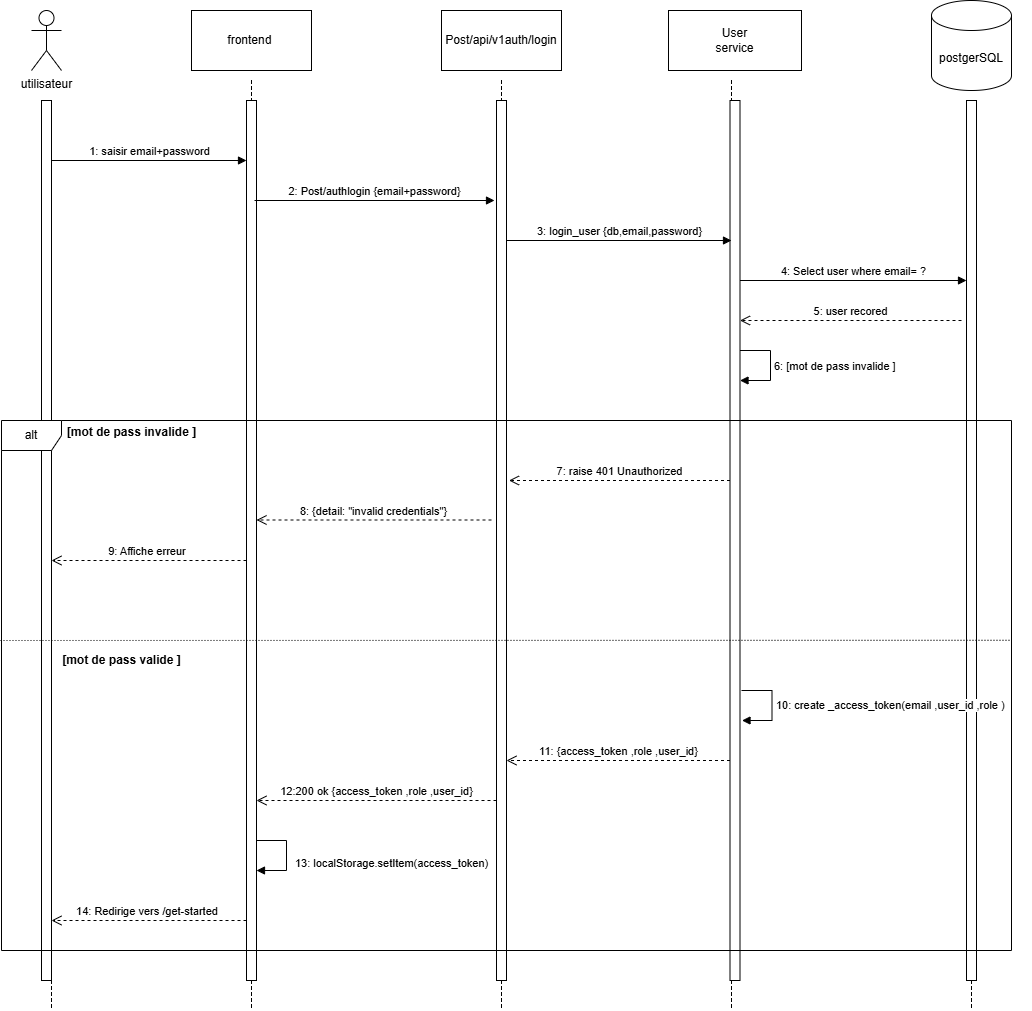
imenmallouli/deploy keeps this draw.io diagram as image/Diagramme de séquence auth.drawio.png. Above is the earlier version. Source tidied: cells renumbered, new cells last; positions are measured from the earlier drawing's top-left corner, leaving out a move shared by most shapes.
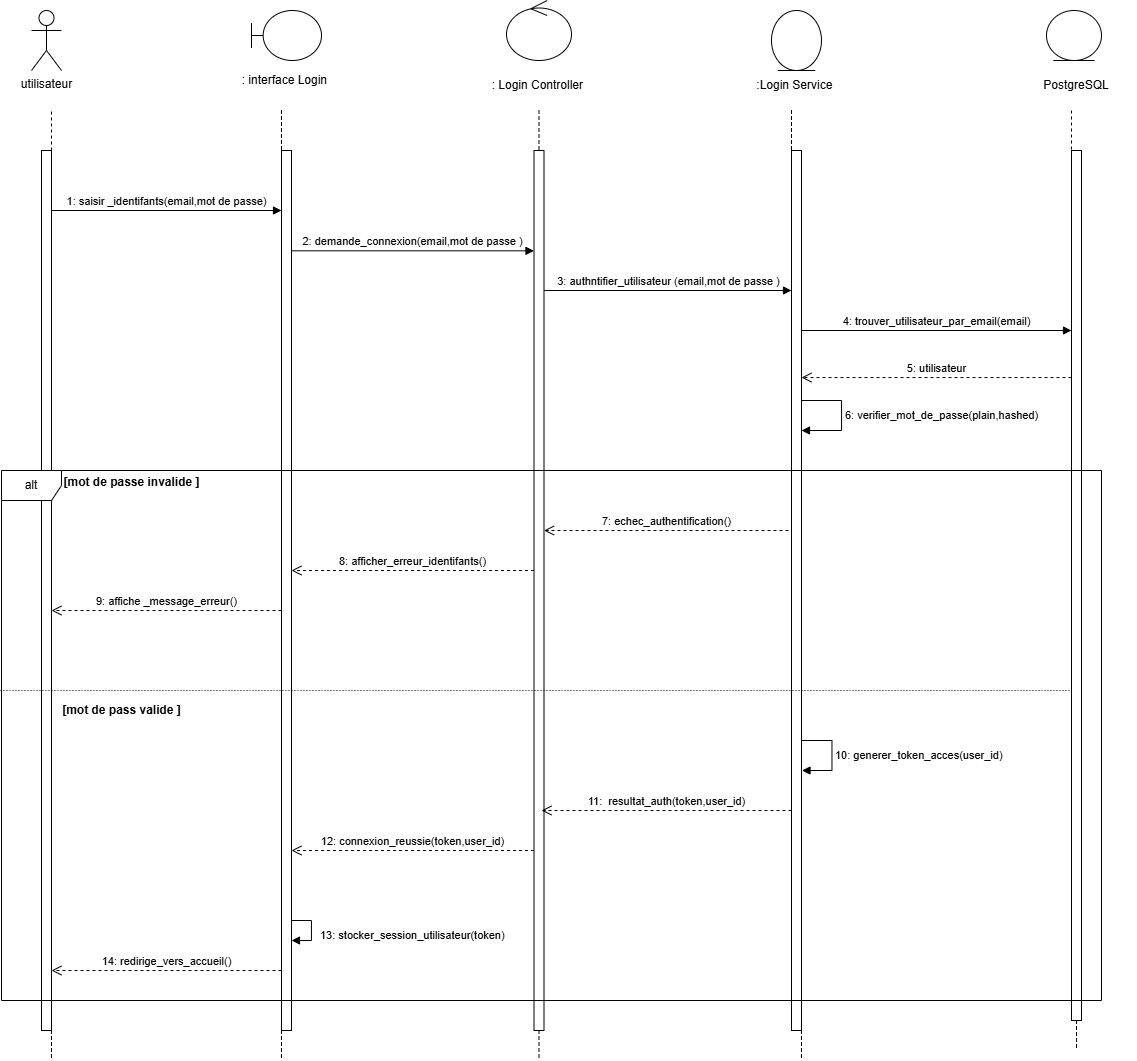
Later version of the same file.

The edit, as a diff of the source:
```diff
@@ -3,125 +3,107 @@
     <mxCell id="0" />
     <mxCell id="1" parent="0" />
     <mxCell id="2" value="utilisateur" style="shape=umlActor;verticalLabelPosition=bottom;verticalAlign=top;html=1;" parent="1" vertex="1">
-      <mxGeometry x="31" y="10" width="30" height="60" as="geometry" />
+      <mxGeometry x="31" y="-40" width="30" height="60" as="geometry" />
     </mxCell>
-    <mxCell id="3" value="frontend&amp;nbsp;" style="rounded=0;whiteSpace=wrap;html=1;" parent="1" vertex="1">
-      <mxGeometry x="191" y="10" width="120" height="60" as="geometry" />
-    </mxCell>
-    <mxCell id="4" value="Post/api/v1auth/login" style="rounded=0;whiteSpace=wrap;html=1;" parent="1" vertex="1">
-      <mxGeometry x="441" y="10" width="120" height="60" as="geometry" />
-    </mxCell>
-    <mxCell id="5" value="User&lt;div&gt;service&lt;/div&gt;" style="rounded=0;whiteSpace=wrap;html=1;" parent="1" vertex="1">
-      <mxGeometry x="668" y="10" width="133" height="60" as="geometry" />
-    </mxCell>
-    <mxCell id="6" value="postgerSQL" style="shape=cylinder3;whiteSpace=wrap;html=1;boundedLbl=1;backgroundOutline=1;size=15;" parent="1" vertex="1">
-      <mxGeometry x="931" width="80" height="90" as="geometry" />
-    </mxCell>
     <mxCell id="7" style="html=1;points=[[0,0,0,0,5],[0,1,0,0,-5],[1,0,0,0,5],[1,1,0,0,-5]];perimeter=orthogonalPerimeter;outlineConnect=0;targetShapes=umlLifeline;portConstraint=eastwest;newEdgeStyle={&quot;curved&quot;:0,&quot;rounded&quot;:0};" parent="1" vertex="1">
       <mxGeometry x="41" y="100" width="10" height="880" as="geometry" />
     </mxCell>
     <mxCell id="8" style="html=1;points=[[0,0,0,0,5],[0,1,0,0,-5],[1,0,0,0,5],[1,1,0,0,-5]];perimeter=orthogonalPerimeter;outlineConnect=0;targetShapes=umlLifeline;portConstraint=eastwest;newEdgeStyle={&quot;curved&quot;:0,&quot;rounded&quot;:0};" parent="1" vertex="1">
-      <mxGeometry x="246" y="100" width="10" height="880" as="geometry" />
+      <mxGeometry x="281" y="100" width="10" height="880" as="geometry" />
     </mxCell>
     <mxCell id="9" style="html=1;points=[[0,0,0,0,5],[0,1,0,0,-5],[1,0,0,0,5],[1,1,0,0,-5]];perimeter=orthogonalPerimeter;outlineConnect=0;targetShapes=umlLifeline;portConstraint=eastwest;newEdgeStyle={&quot;curved&quot;:0,&quot;rounded&quot;:0};" parent="1" vertex="1">
-      <mxGeometry x="496" y="100" width="10" height="880" as="geometry" />
+      <mxGeometry x="533.5" y="100" width="10" height="880" as="geometry" />
     </mxCell>
     <mxCell id="10" style="html=1;points=[[0,0,0,0,5],[0,1,0,0,-5],[1,0,0,0,5],[1,1,0,0,-5]];perimeter=orthogonalPerimeter;outlineConnect=0;targetShapes=umlLifeline;portConstraint=eastwest;newEdgeStyle={&quot;curved&quot;:0,&quot;rounded&quot;:0};" parent="1" vertex="1">
-      <mxGeometry x="729.5" y="100" width="10" height="880" as="geometry" />
+      <mxGeometry x="791" y="100" width="10" height="880" as="geometry" />
     </mxCell>
-    <mxCell id="11" value="1: saisir email+password" style="html=1;verticalAlign=bottom;endArrow=block;curved=0;rounded=0;" parent="1" edge="1" target="8">
+    <mxCell id="11" value="1: saisir _identifants(email,mot de passe)" style="html=1;verticalAlign=bottom;endArrow=block;curved=0;rounded=0;" parent="1" edge="1" target="8">
       <mxGeometry relative="1" as="geometry">
         <mxPoint x="51" y="160" as="sourcePoint" />
       </mxGeometry>
     </mxCell>
-    <mxCell id="12" value="2: Post/authlogin {email+password}" style="html=1;verticalAlign=bottom;endArrow=block;curved=0;rounded=0;" parent="1" edge="1">
-      <mxGeometry relative="1" as="geometry">
-        <mxPoint x="254" y="200" as="sourcePoint" />
-        <mxPoint x="494" y="200" as="targetPoint" />
-      </mxGeometry>
+    <mxCell id="12" value="2: demande_connexion(email,mot de passe )" style="html=1;verticalAlign=bottom;endArrow=block;curved=0;rounded=0;entryX=0;entryY=0.114;entryDx=0;entryDy=0;entryPerimeter=0;" parent="1" edge="1" source="8" target="9">
+      <mxGeometry relative="1" as="geometry" />
     </mxCell>
-    <mxCell id="13" value="3: login_user {db,email,password}" style="html=1;verticalAlign=bottom;endArrow=block;curved=0;rounded=0;" parent="1" edge="1">
+    <mxCell id="13" value="3: authntifier_utilisateur (email,mot de passe )" style="html=1;verticalAlign=bottom;endArrow=block;curved=0;rounded=0;" parent="1" edge="1" target="10">
       <mxGeometry relative="1" as="geometry">
-        <mxPoint x="506" y="240" as="sourcePoint" />
-        <mxPoint x="731" y="240" as="targetPoint" />
+        <mxPoint x="543.5" y="240" as="sourcePoint" />
       </mxGeometry>
     </mxCell>
-    <mxCell id="14" value="4: Select user where email= ?" style="html=1;verticalAlign=bottom;endArrow=block;curved=0;rounded=0;" parent="1" edge="1" target="15">
+    <mxCell id="14" value="4: trouver_utilisateur_par_email(email)" style="html=1;verticalAlign=bottom;endArrow=block;curved=0;rounded=0;" parent="1" edge="1" target="15">
       <mxGeometry relative="1" as="geometry">
-        <mxPoint x="739.5" y="280" as="sourcePoint" />
+        <mxPoint x="801" y="280" as="sourcePoint" />
       </mxGeometry>
     </mxCell>
     <mxCell id="15" style="html=1;points=[[0,0,0,0,5],[0,1,0,0,-5],[1,0,0,0,5],[1,1,0,0,-5]];perimeter=orthogonalPerimeter;outlineConnect=0;targetShapes=umlLifeline;portConstraint=eastwest;newEdgeStyle={&quot;curved&quot;:0,&quot;rounded&quot;:0};" parent="1" vertex="1">
-      <mxGeometry x="966" y="100" width="10" height="880" as="geometry" />
+      <mxGeometry x="1071" y="100" width="10" height="870" as="geometry" />
     </mxCell>
-    <mxCell id="16" value="5: user recored" style="html=1;verticalAlign=bottom;endArrow=open;dashed=1;endSize=8;curved=0;rounded=0;" parent="1" edge="1" target="10">
-      <mxGeometry relative="1" as="geometry">
-        <mxPoint x="961" y="320" as="sourcePoint" />
-      </mxGeometry>
+    <mxCell id="16" value="5: utilisateur" style="html=1;verticalAlign=bottom;endArrow=open;dashed=1;endSize=8;curved=0;rounded=0;exitX=0;exitY=0.261;exitDx=0;exitDy=0;exitPerimeter=0;" parent="1" edge="1" source="15" target="10">
+      <mxGeometry relative="1" as="geometry" />
     </mxCell>
-    <mxCell id="17" value="6: [mot de pass invalide ] " style="html=1;align=left;spacingLeft=2;endArrow=block;rounded=0;edgeStyle=orthogonalEdgeStyle;curved=0;rounded=0;" parent="1" edge="1" target="10">
+    <mxCell id="17" value="6: verifier_mot_de_passe(plain,hashed)" style="html=1;align=left;spacingLeft=2;endArrow=block;rounded=0;edgeStyle=orthogonalEdgeStyle;curved=0;rounded=0;" parent="1" edge="1" source="10" target="10">
       <mxGeometry relative="1" as="geometry">
-        <mxPoint x="739.5" y="350" as="sourcePoint" />
         <Array as="points">
-          <mxPoint x="770" y="350" />
-          <mxPoint x="770" y="380" />
+          <mxPoint x="841" y="350" />
+          <mxPoint x="841" y="380" />
         </Array>
       </mxGeometry>
     </mxCell>
     <mxCell id="18" value="alt" style="shape=umlFrame;whiteSpace=wrap;html=1;" parent="1" vertex="1">
-      <mxGeometry x="1" y="420" width="1010" height="530" as="geometry" />
+      <mxGeometry x="1" y="420" width="1100" height="530" as="geometry" />
     </mxCell>
-    <mxCell id="19" value="[mot de pass invalide ]" style="text;align=center;fontStyle=1;verticalAlign=middle;spacingLeft=3;spacingRight=3;strokeColor=none;html=1;" parent="1" vertex="1">
+    <mxCell id="19" value="[mot de passe invalide ]" style="text;align=center;fontStyle=1;verticalAlign=middle;spacingLeft=3;spacingRight=3;strokeColor=none;html=1;" parent="1" vertex="1">
       <mxGeometry x="61" y="410" width="140" height="44" as="geometry" />
     </mxCell>
-    <mxCell id="20" value="7: raise 401 Unauthorized" style="html=1;verticalAlign=bottom;endArrow=open;dashed=1;endSize=8;curved=0;rounded=0;" parent="1" edge="1">
+    <mxCell id="20" value="7: echec_authentification()" style="html=1;verticalAlign=bottom;endArrow=open;dashed=1;endSize=8;curved=0;rounded=0;" parent="1" edge="1" target="9">
       <mxGeometry relative="1" as="geometry">
-        <mxPoint x="729.5" y="480" as="sourcePoint" />
-        <mxPoint x="508.5" y="480" as="targetPoint" />
+        <mxPoint x="788" y="480" as="sourcePoint" />
       </mxGeometry>
     </mxCell>
-    <mxCell id="21" value="8: {detail: &quot;invalid credentials&quot;}" style="html=1;verticalAlign=bottom;endArrow=open;dashed=1;endSize=8;curved=0;rounded=0;" parent="1" edge="1" target="8">
+    <mxCell id="21" value="8: afficher_erreur_identifants()" style="html=1;verticalAlign=bottom;endArrow=open;dashed=1;endSize=8;curved=0;rounded=0;" parent="1" edge="1">
       <mxGeometry relative="1" as="geometry">
-        <mxPoint x="491" y="519.5" as="sourcePoint" />
+        <mxPoint x="533.5" y="520" as="sourcePoint" />
+        <mxPoint x="291" y="520" as="targetPoint" />
       </mxGeometry>
     </mxCell>
-    <mxCell id="22" value="9: Affiche erreur&amp;nbsp;" style="html=1;verticalAlign=bottom;endArrow=open;dashed=1;endSize=8;curved=0;rounded=0;" parent="1" edge="1" target="7">
+    <mxCell id="22" value="9: affiche _message_erreur()" style="html=1;verticalAlign=bottom;endArrow=open;dashed=1;endSize=8;curved=0;rounded=0;" parent="1" edge="1">
       <mxGeometry relative="1" as="geometry">
-        <mxPoint x="246" y="560" as="sourcePoint" />
+        <mxPoint x="281" y="560" as="sourcePoint" />
+        <mxPoint x="51" y="560" as="targetPoint" />
       </mxGeometry>
     </mxCell>
     <mxCell id="23" style="shape=partialRectangle;fillColor=none;align=left;verticalAlign=middle;strokeColor=none;spacingLeft=34;" parent="1" vertex="1">
-      <mxGeometry x="221" y="980" width="90" height="30" as="geometry" />
+      <mxGeometry x="251" y="980" width="90" height="30" as="geometry" />
     </mxCell>
     <mxCell id="24" style="shape=partialRectangle;top=0;left=0;bottom=0;fillColor=none;stokeWidth=1;dashed=1;align=left;verticalAlign=middle;spacingLeft=4;spacingRight=4;overflow=hidden;" parent="23" vertex="1">
       <mxGeometry width="30" height="30" as="geometry" />
     </mxCell>
     <mxCell id="25" style="shape=partialRectangle;fillColor=none;align=left;verticalAlign=middle;strokeColor=none;spacingLeft=34;" parent="1" vertex="1">
-      <mxGeometry x="221" y="80" width="90" height="20" as="geometry" />
+      <mxGeometry x="251" y="60" width="90" height="40" as="geometry" />
     </mxCell>
     <mxCell id="26" style="shape=partialRectangle;top=0;left=0;bottom=0;fillColor=none;stokeWidth=1;dashed=1;align=left;verticalAlign=middle;spacingLeft=4;spacingRight=4;overflow=hidden;" parent="25" vertex="1">
-      <mxGeometry width="30" height="20" as="geometry" />
+      <mxGeometry width="30" height="40" as="geometry" />
     </mxCell>
     <mxCell id="27" style="shape=partialRectangle;fillColor=none;align=left;verticalAlign=middle;strokeColor=none;spacingLeft=34;" parent="1" vertex="1">
-      <mxGeometry x="471" y="80" width="90" height="20" as="geometry" />
+      <mxGeometry x="508.5" y="60" width="90" height="40" as="geometry" />
     </mxCell>
     <mxCell id="28" style="shape=partialRectangle;top=0;left=0;bottom=0;fillColor=none;stokeWidth=1;dashed=1;align=left;verticalAlign=middle;spacingLeft=4;spacingRight=4;overflow=hidden;" parent="27" vertex="1">
-      <mxGeometry width="30" height="20" as="geometry" />
+      <mxGeometry width="30" height="40" as="geometry" />
     </mxCell>
     <mxCell id="29" style="shape=partialRectangle;fillColor=none;align=left;verticalAlign=middle;strokeColor=none;spacingLeft=34;" parent="1" vertex="1">
-      <mxGeometry x="701" y="80" width="90" height="20" as="geometry" />
+      <mxGeometry x="761" y="60" width="90" height="40" as="geometry" />
     </mxCell>
     <mxCell id="30" style="shape=partialRectangle;top=0;left=0;bottom=0;fillColor=none;stokeWidth=1;dashed=1;align=left;verticalAlign=middle;spacingLeft=4;spacingRight=4;overflow=hidden;" parent="29" vertex="1">
-      <mxGeometry width="30" height="20" as="geometry" />
+      <mxGeometry width="30" height="40" as="geometry" />
     </mxCell>
     <mxCell id="31" style="shape=partialRectangle;fillColor=none;align=left;verticalAlign=middle;strokeColor=none;spacingLeft=34;" parent="1" vertex="1">
-      <mxGeometry x="471" y="980" width="90" height="30" as="geometry" />
+      <mxGeometry x="508.5" y="980" width="90" height="30" as="geometry" />
     </mxCell>
     <mxCell id="32" style="shape=partialRectangle;top=0;left=0;bottom=0;fillColor=none;stokeWidth=1;dashed=1;align=left;verticalAlign=middle;spacingLeft=4;spacingRight=4;overflow=hidden;" parent="31" vertex="1">
       <mxGeometry width="30" height="30" as="geometry" />
     </mxCell>
     <mxCell id="33" style="shape=partialRectangle;fillColor=none;align=left;verticalAlign=middle;strokeColor=none;spacingLeft=34;" parent="1" vertex="1">
-      <mxGeometry x="701" y="980" width="90" height="30" as="geometry" />
+      <mxGeometry x="771" y="980" width="90" height="30" as="geometry" />
     </mxCell>
     <mxCell id="34" style="shape=partialRectangle;top=0;left=0;bottom=0;fillColor=none;stokeWidth=1;dashed=1;align=left;verticalAlign=middle;spacingLeft=4;spacingRight=4;overflow=hidden;" parent="33" vertex="1">
       <mxGeometry width="30" height="30" as="geometry" />
@@ -133,15 +115,14 @@
       <mxGeometry width="30" height="30" as="geometry" />
     </mxCell>
     <mxCell id="37" style="shape=partialRectangle;fillColor=none;align=left;verticalAlign=middle;strokeColor=none;spacingLeft=34;" parent="1" vertex="1">
-      <mxGeometry x="941" y="980" width="90" height="30" as="geometry" />
+      <mxGeometry x="1046" y="970" width="90" height="30" as="geometry" />
     </mxCell>
     <mxCell id="38" style="shape=partialRectangle;top=0;left=0;bottom=0;fillColor=none;stokeWidth=1;dashed=1;align=left;verticalAlign=middle;spacingLeft=4;spacingRight=4;overflow=hidden;" parent="37" vertex="1">
       <mxGeometry width="30" height="30" as="geometry" />
     </mxCell>
-    <mxCell id="39" style="endArrow=none;html=1;rounded=0;dashed=1;dashPattern=1 2;entryX=1.001;entryY=0.458;entryDx=0;entryDy=0;entryPerimeter=0;" parent="1" edge="1">
+    <mxCell id="39" style="endArrow=none;html=1;rounded=0;dashed=1;dashPattern=1 2;" parent="1" edge="1" target="15">
       <mxGeometry relative="1" as="geometry">
         <mxPoint y="640" as="sourcePoint" />
-        <mxPoint x="1011" y="639.8" as="targetPoint" />
       </mxGeometry>
     </mxCell>
     <mxCell id="40" style="html=1;whiteSpace=wrap;align=right;verticalAlign=bottom;" parent="39" vertex="1">
@@ -150,39 +131,79 @@
     <mxCell id="41" value="[mot de pass valide ]" style="text;align=center;fontStyle=1;verticalAlign=middle;spacingLeft=3;spacingRight=3;strokeColor=none;html=1;" parent="1" vertex="1">
       <mxGeometry x="51" y="638" width="140" height="44" as="geometry" />
     </mxCell>
-    <mxCell id="42" value="10:&amp;nbsp;create _access_token(email ,user_id ,role )" style="html=1;align=left;spacingLeft=2;endArrow=block;rounded=0;edgeStyle=orthogonalEdgeStyle;curved=0;rounded=0;" parent="1" edge="1">
+    <mxCell id="42" value="10: generer_token_acces(user_id)" style="html=1;align=left;spacingLeft=2;endArrow=block;rounded=0;edgeStyle=orthogonalEdgeStyle;curved=0;rounded=0;" parent="1" edge="1">
       <mxGeometry relative="1" as="geometry">
-        <mxPoint x="741" y="690" as="sourcePoint" />
-        <mxPoint x="741.5" y="720" as="targetPoint" />
+        <mxPoint x="801" y="690" as="sourcePoint" />
+        <mxPoint x="801.5" y="720" as="targetPoint" />
         <Array as="points">
-          <mxPoint x="771.5" y="690" />
-          <mxPoint x="771.5" y="720" />
+          <mxPoint x="831.5" y="690" />
+          <mxPoint x="831.5" y="720" />
         </Array>
       </mxGeometry>
     </mxCell>
-    <mxCell id="43" value="11: {access_token ,role ,user_id}" style="html=1;verticalAlign=bottom;endArrow=open;dashed=1;endSize=8;curved=0;rounded=0;" parent="1" edge="1" source="10">
+    <mxCell id="43" value="11:&amp;nbsp; resultat_auth(token,user_id)" style="html=1;verticalAlign=bottom;endArrow=open;dashed=1;endSize=8;curved=0;rounded=0;" parent="1" edge="1" source="10">
       <mxGeometry relative="1" as="geometry">
-        <mxPoint x="506" y="760" as="targetPoint" />
+        <mxPoint x="541" y="760" as="targetPoint" />
       </mxGeometry>
     </mxCell>
-    <mxCell id="44" value="12:200 ok {access_token ,role ,user_id}" style="html=1;verticalAlign=bottom;endArrow=open;dashed=1;endSize=8;curved=0;rounded=0;" parent="1" edge="1" source="9">
+    <mxCell id="44" value="12: connexion_reussie(token,user_id)" style="html=1;verticalAlign=bottom;endArrow=open;dashed=1;endSize=8;curved=0;rounded=0;" parent="1" edge="1" source="9">
       <mxGeometry relative="1" as="geometry">
-        <mxPoint x="256" y="800" as="targetPoint" />
+        <mxPoint x="291" y="800" as="targetPoint" />
       </mxGeometry>
     </mxCell>
-    <mxCell id="45" value="13: localStorage.setItem(access_token)" style="html=1;align=left;spacingLeft=2;endArrow=block;rounded=0;edgeStyle=orthogonalEdgeStyle;curved=0;rounded=0;" parent="1" edge="1" target="8">
+    <mxCell id="45" value="13: stocker_session_utilisateur(token)" style="html=1;align=left;spacingLeft=2;endArrow=block;rounded=0;edgeStyle=orthogonalEdgeStyle;curved=0;rounded=0;" parent="1" edge="1" source="8" target="8">
       <mxGeometry x="0.18" y="5" relative="1" as="geometry">
-        <mxPoint x="256" y="840" as="sourcePoint" />
         <Array as="points">
-          <mxPoint x="286" y="840" />
-          <mxPoint x="286" y="870" />
+          <mxPoint x="311" y="870" />
+          <mxPoint x="311" y="890" />
         </Array>
       </mxGeometry>
     </mxCell>
-    <mxCell id="46" value="14:&amp;nbsp;Redirige vers /get-started&amp;nbsp;" style="html=1;verticalAlign=bottom;endArrow=open;dashed=1;endSize=8;curved=0;rounded=0;" parent="1" edge="1" target="7">
+    <mxCell id="46" value="14: redirige_vers_accueil()" style="html=1;verticalAlign=bottom;endArrow=open;dashed=1;endSize=8;curved=0;rounded=0;" parent="1" edge="1">
       <mxGeometry relative="1" as="geometry">
-        <mxPoint x="246" y="920" as="sourcePoint" />
+        <mxPoint x="281" y="920" as="sourcePoint" />
+        <mxPoint x="51" y="920" as="targetPoint" />
       </mxGeometry>
     </mxCell>
+    <mxCell id="47" style="shape=umlBoundary;whiteSpace=wrap;html=1;" parent="1" vertex="1">
+      <mxGeometry x="251" y="-40" width="70" height="50" as="geometry" />
+    </mxCell>
+    <mxCell id="48" value=": interface Login&amp;nbsp;" style="text;html=1;whiteSpace=wrap;strokeColor=none;fillColor=none;align=center;verticalAlign=middle;rounded=0;" parent="1" vertex="1">
+      <mxGeometry x="231" y="15" width="110" height="30" as="geometry" />
+    </mxCell>
+    <mxCell id="49" style="endArrow=none;dashed=1;html=1;rounded=0;" parent="1" edge="1" source="7">
+      <mxGeometry relative="1" as="geometry">
+        <mxPoint x="51" y="60" as="targetPoint" />
+        <Array as="points">
+          <mxPoint x="51" y="90" />
+        </Array>
+      </mxGeometry>
+    </mxCell>
+    <mxCell id="50" style="ellipse;shape=umlControl;whiteSpace=wrap;html=1;" parent="1" vertex="1">
+      <mxGeometry x="506" y="-50" width="65" height="60" as="geometry" />
+    </mxCell>
+    <mxCell id="51" value=": Login Controller&amp;nbsp;" style="text;html=1;whiteSpace=wrap;strokeColor=none;fillColor=none;align=center;verticalAlign=middle;rounded=0;" parent="1" vertex="1">
+      <mxGeometry x="478.5" y="20" width="120" height="30" as="geometry" />
+    </mxCell>
+    <mxCell id="52" style="ellipse;shape=umlEntity;whiteSpace=wrap;html=1;" parent="1" vertex="1">
+      <mxGeometry x="771" y="-40" width="50" height="60" as="geometry" />
+    </mxCell>
+    <mxCell id="53" value=":Login Service&amp;nbsp;" style="text;html=1;whiteSpace=wrap;strokeColor=none;fillColor=none;align=center;verticalAlign=middle;rounded=0;" parent="1" vertex="1">
+      <mxGeometry x="746" y="20" width="100" height="30" as="geometry" />
+    </mxCell>
+    <mxCell id="54" style="ellipse;shape=umlEntity;whiteSpace=wrap;html=1;" parent="1" vertex="1">
+      <mxGeometry x="1046" y="-40" width="55" height="50" as="geometry" />
+    </mxCell>
+    <mxCell id="55" value="PostgreSQL" style="text;html=1;whiteSpace=wrap;strokeColor=none;fillColor=none;align=center;verticalAlign=middle;rounded=0;" parent="1" vertex="1">
+      <mxGeometry x="1046" y="20" width="60" height="30" as="geometry" />
+    </mxCell>
+    <mxCell id="56" style="endArrow=none;dashed=1;html=1;rounded=0;exitX=0;exitY=0;exitDx=0;exitDy=5;exitPerimeter=0;" parent="1" edge="1" source="15">
+      <mxGeometry relative="1" as="geometry">
+        <mxPoint x="1071" y="60" as="targetPoint" />
+        <Array as="points">
+          <mxPoint x="1071" y="90" />
+        </Array>
+      </mxGeometry>
+    </mxCell>
   </root>
 </mxGraphModel>
```
